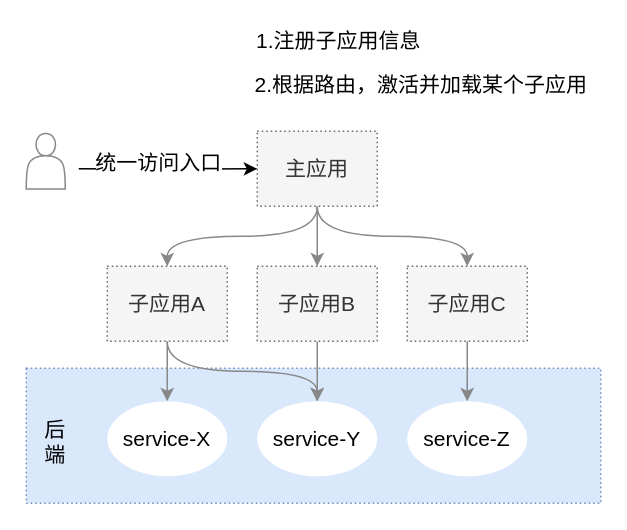
Earlier version of the draw.io diagram page "qiankun-架构" (1 of 5) of Micro-Frontend.drawio (waterwatermelon/graph). Source tidied: cells renumbered, new cells numbered last; positions are measured from the earlier drawing's top-left corner, leaving out a move shared by most shapes. Both pictures are drawn from the tidied source at 150%, with x=0, y=0 at pixel (26, 26).
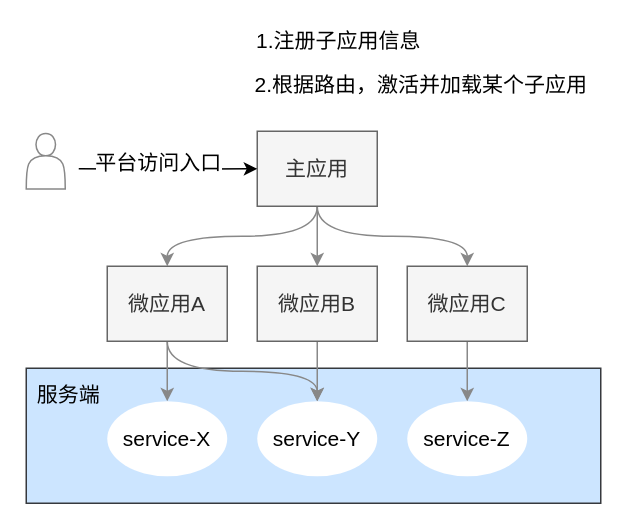
The same diagram, later.

Unchanged cells that the change refers to:
```xml
<mxCell id="19" style="edgeStyle=orthogonalEdgeStyle;curved=1;rounded=0;jettySize=auto;html=1;entryX=0;entryY=0.5;entryDx=0;entryDy=0;fontSize=14;" parent="1" edge="1" target="6">
  <mxGeometry relative="1" as="geometry">
    <mxPoint x="35" y="95" as="sourcePoint" />
  </mxGeometry>
</mxCell>
```

Change to the diagram source:
```diff
@@
-    <mxCell id="2" style="rounded=0;whiteSpace=wrap;html=1;dashed=1;dashPattern=1 2;fontSize=14;fillColor=#dae8fc;strokeColor=#6c8ebf;" parent="1" vertex="1">
+    <mxCell id="2" style="rounded=0;whiteSpace=wrap;html=1;fontSize=14;fillColor=#cce5ff;strokeColor=#36393d;" parent="1" vertex="1">
       <mxGeometry y="228" width="383" height="90" as="geometry" />
     </mxCell>
@@
-    <mxCell id="6" value="&lt;font style=&quot;font-size: 14px&quot;&gt;主应用&lt;/font&gt;" style="rounded=0;whiteSpace=wrap;html=1;fontSize=14;fillColor=#f5f5f5;strokeColor=#666666;fontColor=#333333;dashed=1;dashPattern=1 2;" parent="1" vertex="1">
+    <mxCell id="6" value="&lt;font style=&quot;font-size: 14px&quot;&gt;主应用&lt;/font&gt;" style="rounded=0;whiteSpace=wrap;html=1;fontSize=14;fillColor=#f5f5f5;strokeColor=#666666;fontColor=#333333;" parent="1" vertex="1">
       <mxGeometry x="154" y="70" width="80" height="50" as="geometry" />
     </mxCell>
@@
-    <mxCell id="9" value="&lt;font style=&quot;font-size: 14px&quot;&gt;子应用A&lt;/font&gt;" style="rounded=0;whiteSpace=wrap;html=1;fontSize=14;dashed=1;dashPattern=1 2;fillColor=#f5f5f5;strokeColor=#666666;fontColor=#333333;" parent="1" vertex="1">
+    <mxCell id="9" value="&lt;font style=&quot;font-size: 14px&quot;&gt;微应用A&lt;/font&gt;" style="rounded=0;whiteSpace=wrap;html=1;fontSize=14;fillColor=#f5f5f5;strokeColor=#666666;fontColor=#333333;" parent="1" vertex="1">
       <mxGeometry x="54" y="160" width="80" height="50" as="geometry" />
     </mxCell>
@@
-    <mxCell id="11" value="&lt;font style=&quot;font-size: 14px&quot;&gt;子应用B&lt;/font&gt;" style="rounded=0;whiteSpace=wrap;html=1;fontSize=14;dashed=1;dashPattern=1 2;fillColor=#f5f5f5;strokeColor=#666666;fontColor=#333333;" parent="1" vertex="1">
+    <mxCell id="11" value="&lt;font style=&quot;font-size: 14px&quot;&gt;微应用B&lt;/font&gt;" style="rounded=0;whiteSpace=wrap;html=1;fontSize=14;fillColor=#f5f5f5;strokeColor=#666666;fontColor=#333333;" parent="1" vertex="1">
       <mxGeometry x="154" y="160" width="80" height="50" as="geometry" />
     </mxCell>
@@
-    <mxCell id="13" value="&lt;font style=&quot;font-size: 14px&quot;&gt;子应用C&lt;/font&gt;" style="rounded=0;whiteSpace=wrap;html=1;fontSize=14;dashed=1;dashPattern=1 2;fillColor=#f5f5f5;strokeColor=#666666;fontColor=#333333;" parent="1" vertex="1">
+    <mxCell id="13" value="&lt;font style=&quot;font-size: 14px&quot;&gt;微应用C&lt;/font&gt;" style="rounded=0;whiteSpace=wrap;html=1;fontSize=14;fillColor=#f5f5f5;strokeColor=#666666;fontColor=#333333;" parent="1" vertex="1">
       <mxGeometry x="254" y="160" width="80" height="50" as="geometry" />
     </mxCell>
@@
-    <mxCell id="20" value="统一访问入口" style="text;html=1;align=center;verticalAlign=middle;labelBackgroundColor=#ffffff;fontSize=14;" parent="19" vertex="1">
+    <mxCell id="20" value="平台访问入口" style="text;html=1;align=center;verticalAlign=middle;labelBackgroundColor=#ffffff;fontSize=14;" parent="19" vertex="1">
       <mxGeometry x="-0.31" relative="1" as="geometry">
         <mxPoint x="12" y="-5" as="offset" />
       </mxGeometry>
     </mxCell>
@@
-    <mxCell id="22" value="后&lt;br&gt;端" style="text;html=1;align=center;verticalAlign=middle;fontSize=14;" parent="1" vertex="1">
-      <mxGeometry x="4" y="257" width="30" height="40" as="geometry" />
+    <mxCell id="22" value="服务端" style="text;html=1;align=center;verticalAlign=middle;fontSize=14;flipV=1;flipH=0;" parent="1" vertex="1">
+      <mxGeometry x="2" y="235" width="52" height="21" as="geometry" />
     </mxCell>
```
